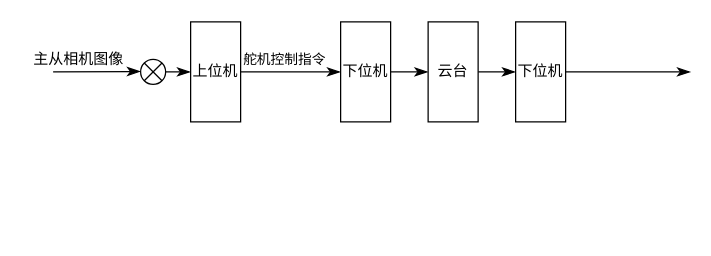
colazsj/cadc keeps this draw.io diagram as Untitled Diagram.drawio. Above is the earlier version. Source tidied: cells renumbered, new cells numbered last; positions are measured from the earlier drawing's top-left corner, leaving out a move shared by most shapes. Both pictures are drawn from the tidied source at 125%, with x=0, y=0 at pixel (21, 21).
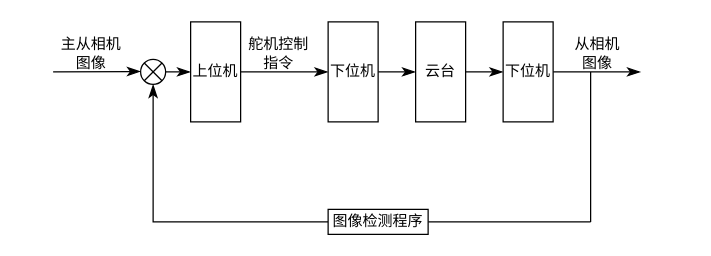
The same page after the edit.

Unchanged cells that the change refers to:
```xml
<mxCell id="11" style="shape=sumEllipse;perimeter=ellipsePerimeter;whiteSpace=wrap;html=1;backgroundOutline=1;hachureGap=4;" parent="1" vertex="1">
  <mxGeometry x="95" y="30" width="20" height="20" as="geometry" />
</mxCell>
```

Diff of the diagram source:
```diff
@@
     <mxCell id="5" value="下位机" style="rounded=0;whiteSpace=wrap;html=1;hachureGap=4;" parent="1" vertex="1">
-      <mxGeometry x="255" width="40" height="80" as="geometry" />
+      <mxGeometry x="245" width="40" height="80" as="geometry" />
     </mxCell>
@@
     <mxCell id="7" value="云台" style="rounded=0;whiteSpace=wrap;html=1;hachureGap=4;" parent="1" vertex="1">
-      <mxGeometry x="325" width="40" height="80" as="geometry" />
+      <mxGeometry x="315" width="40" height="80" as="geometry" />
     </mxCell>
-    <mxCell id="8" style="edgeStyle=none;curved=1;rounded=0;jettySize=auto;html=1;exitX=1;exitY=0.5;exitDx=0;exitDy=0;endArrow=classicThin;endFill=1;startSize=14;endSize=8;sourcePerimeterSpacing=8;targetPerimeterSpacing=8;" parent="1" edge="1" source="9">
+    <mxCell id="8" style="edgeStyle=orthogonalEdgeStyle;rounded=0;jettySize=auto;html=1;exitX=1;exitY=0.5;exitDx=0;exitDy=0;endArrow=classicThin;endFill=1;startSize=14;endSize=8;sourcePerimeterSpacing=8;targetPerimeterSpacing=8;" parent="1" edge="1" source="9">
       <mxGeometry relative="1" as="geometry">
-        <mxPoint x="535" y="40" as="targetPoint" />
+        <mxPoint x="495" y="40" as="targetPoint" />
       </mxGeometry>
     </mxCell>
     <mxCell id="9" value="下位机" style="rounded=0;whiteSpace=wrap;html=1;hachureGap=4;" parent="1" vertex="1">
-      <mxGeometry x="395" width="40" height="80" as="geometry" />
+      <mxGeometry x="385" width="40" height="80" as="geometry" />
     </mxCell>
@@
-    <mxCell id="13" value="主从相机图像" style="text;html=1;align=center;verticalAlign=middle;strokeColor=none;fillColor=none;" parent="1" vertex="1">
-      <mxGeometry y="20" width="90" height="20" as="geometry" />
+    <mxCell id="13" value="主从相机&lt;br&gt;图像" style="text;html=1;align=center;verticalAlign=middle;strokeColor=none;fillColor=none;" parent="1" vertex="1">
+      <mxGeometry x="25" y="10" width="60" height="30" as="geometry" />
     </mxCell>
-    <mxCell id="14" value="&lt;font style=&quot;line-height: 100% ; font-size: 11px&quot;&gt;舵机控制指令&lt;/font&gt;" style="text;html=1;align=center;verticalAlign=middle;strokeColor=none;fillColor=none;" parent="1" vertex="1">
-      <mxGeometry x="165" y="20" width="90" height="20" as="geometry" />
-    </mxCell>
+    <mxCell id="15" value="舵机控制&lt;br&gt;指令" style="text;html=1;align=center;verticalAlign=middle;strokeColor=none;fillColor=none;" parent="1" vertex="1">
+      <mxGeometry x="175" y="10" width="60" height="30" as="geometry" />
+    </mxCell>
+    <mxCell id="16" value="从相机&lt;br&gt;图像" style="text;html=1;align=center;verticalAlign=middle;strokeColor=none;fillColor=none;" parent="1" vertex="1">
+      <mxGeometry x="435" y="10" width="50" height="30" as="geometry" />
+    </mxCell>
+    <mxCell id="17" style="endArrow=none;html=1;startSize=14;endSize=8;sourcePerimeterSpacing=8;targetPerimeterSpacing=8;" parent="1" edge="1">
+      <mxGeometry relative="1" as="geometry">
+        <mxPoint x="455" y="160" as="sourcePoint" />
+        <mxPoint x="455" y="40" as="targetPoint" />
+      </mxGeometry>
+    </mxCell>
+    <mxCell id="18" style="endArrow=none;html=1;startSize=14;endSize=8;sourcePerimeterSpacing=8;targetPerimeterSpacing=8;exitX=1;exitY=0.5;exitDx=0;exitDy=0;" parent="1" edge="1" source="20">
+      <mxGeometry relative="1" as="geometry">
+        <mxPoint x="455" y="160" as="targetPoint" />
+      </mxGeometry>
+    </mxCell>
+    <mxCell id="19" style="edgeStyle=orthogonalEdgeStyle;rounded=0;jettySize=auto;html=1;exitX=0;exitY=0.5;exitDx=0;exitDy=0;endArrow=classicThin;endFill=1;startSize=14;endSize=8;sourcePerimeterSpacing=8;targetPerimeterSpacing=8;entryX=0.5;entryY=1;entryDx=0;entryDy=0;" parent="1" edge="1" source="20" target="11">
+      <mxGeometry relative="1" as="geometry" />
+    </mxCell>
+    <mxCell id="20" value="图像检测程序" style="rounded=0;whiteSpace=wrap;html=1;hachureGap=4;" parent="1" vertex="1">
+      <mxGeometry x="245" y="150" width="80" height="20" as="geometry" />
+    </mxCell>
```
